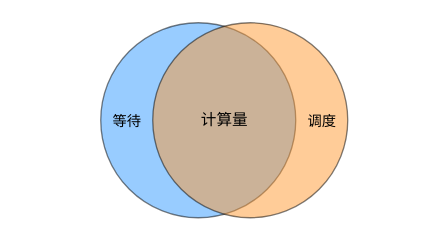
Before: mobile_game_power_presentation.drawio in donaldwuid/donaldwuid.github.io, a draw.io diagram. Source tidied: cells renumbered, new cells numbered last; positions are measured from the earlier drawing's top-left corner, leaving out a move shared by most shapes. Both pictures are drawn from the tidied source at 130%, with x=0, y=0 at pixel (100, 22).
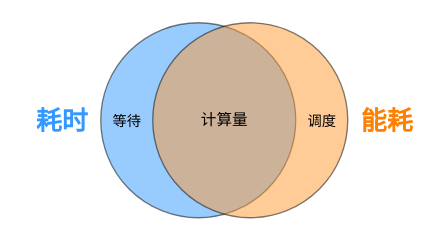
The same diagram, later.

Diff of the diagram source:
```diff
@@
 <mxGraphModel>
   <root>
     <mxCell id="0" />
     <mxCell id="1" parent="0" />
     <mxCell id="2" style="ellipse;whiteSpace=wrap;html=1;fillColor=#3399FF;opacity=50;" parent="1" vertex="1">
       <mxGeometry width="150" height="150" as="geometry" />
     </mxCell>
     <mxCell id="3" style="ellipse;whiteSpace=wrap;html=1;fillColor=#FF9933;opacity=50;gradientColor=none;" parent="1" vertex="1">
       <mxGeometry x="40" width="150" height="150" as="geometry" />
     </mxCell>
     <mxCell id="4" value="计算量" style="text;html=1;align=center;verticalAlign=middle;fillColor=none;strokeColor=none;rounded=0;" parent="1" vertex="1">
       <mxGeometry x="70" y="65" width="50" height="20" as="geometry" />
     </mxCell>
     <mxCell id="5" value="&lt;font style=&quot;font-size: 11px&quot;&gt;等待&lt;/font&gt;" style="text;html=1;align=center;verticalAlign=middle;fillColor=none;strokeColor=none;rounded=0;fontSize=13;" parent="1" vertex="1">
       <mxGeometry y="65" width="40" height="20" as="geometry" />
     </mxCell>
     <mxCell id="6" value="&lt;font style=&quot;font-size: 11px&quot;&gt;调度&lt;/font&gt;" style="text;html=1;align=center;verticalAlign=middle;fillColor=none;strokeColor=none;rounded=0;fontSize=13;" parent="1" vertex="1">
       <mxGeometry x="150" y="65" width="40" height="20" as="geometry" />
     </mxCell>
+    <mxCell id="7" value="耗时" style="text;html=1;align=center;verticalAlign=middle;fillColor=none;strokeColor=none;rounded=0;fontSize=20;opacity=50;fontColor=#3399FF;fontStyle=1;" parent="1" vertex="1">
+      <mxGeometry x="-60" y="60" width="60" height="30" as="geometry" />
+    </mxCell>
+    <mxCell id="8" value="能耗" style="text;html=1;align=center;verticalAlign=middle;fillColor=none;strokeColor=none;rounded=0;fontSize=20;opacity=50;fontColor=#FF8000;fontStyle=1;" parent="1" vertex="1">
+      <mxGeometry x="190" y="60" width="60" height="30" as="geometry" />
+    </mxCell>
   </root>
 </mxGraphModel>
```
